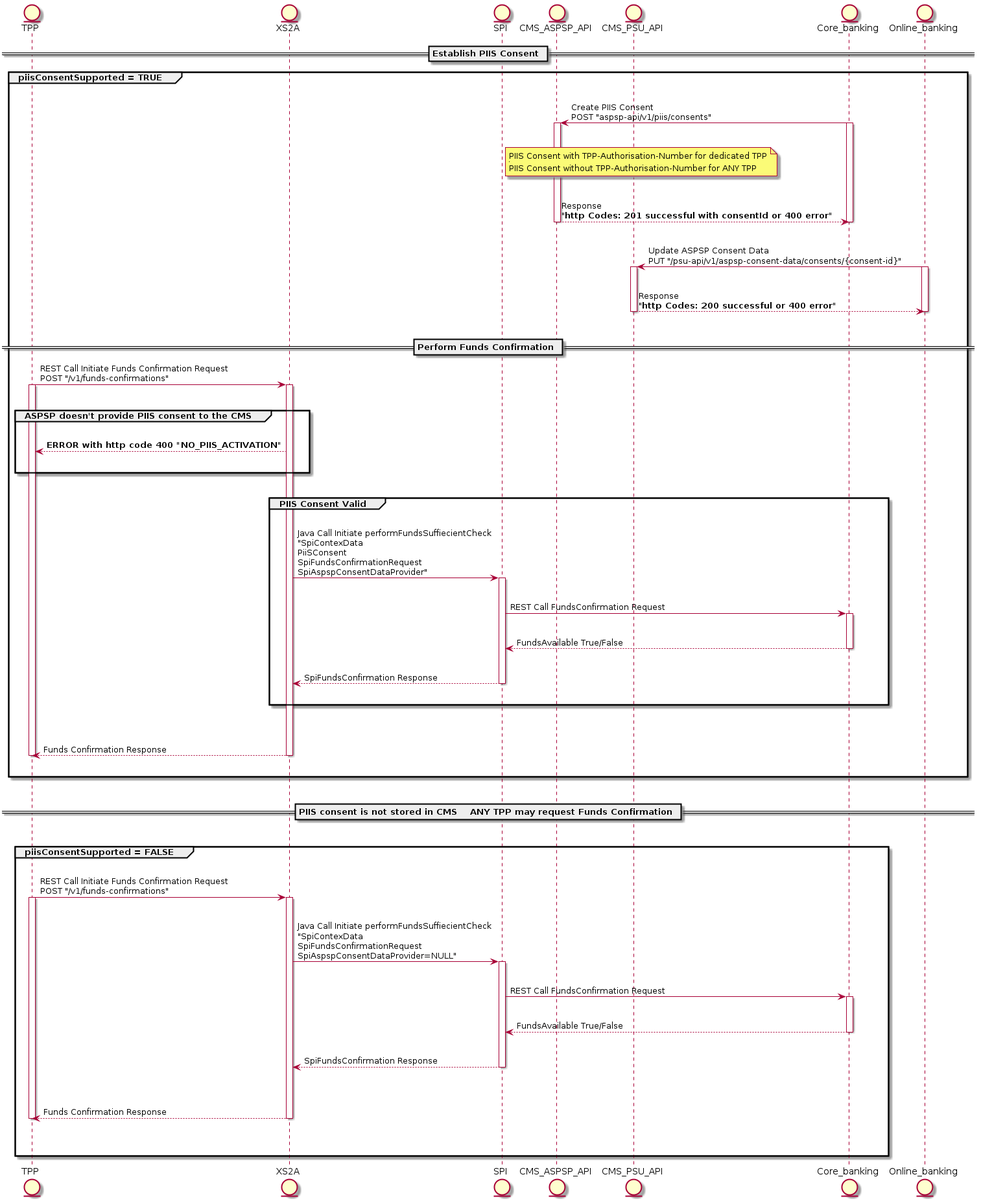
Earlier version of the PlantUML export usecases/diagrams/PIIS.png (golden-dimension/xs2a).
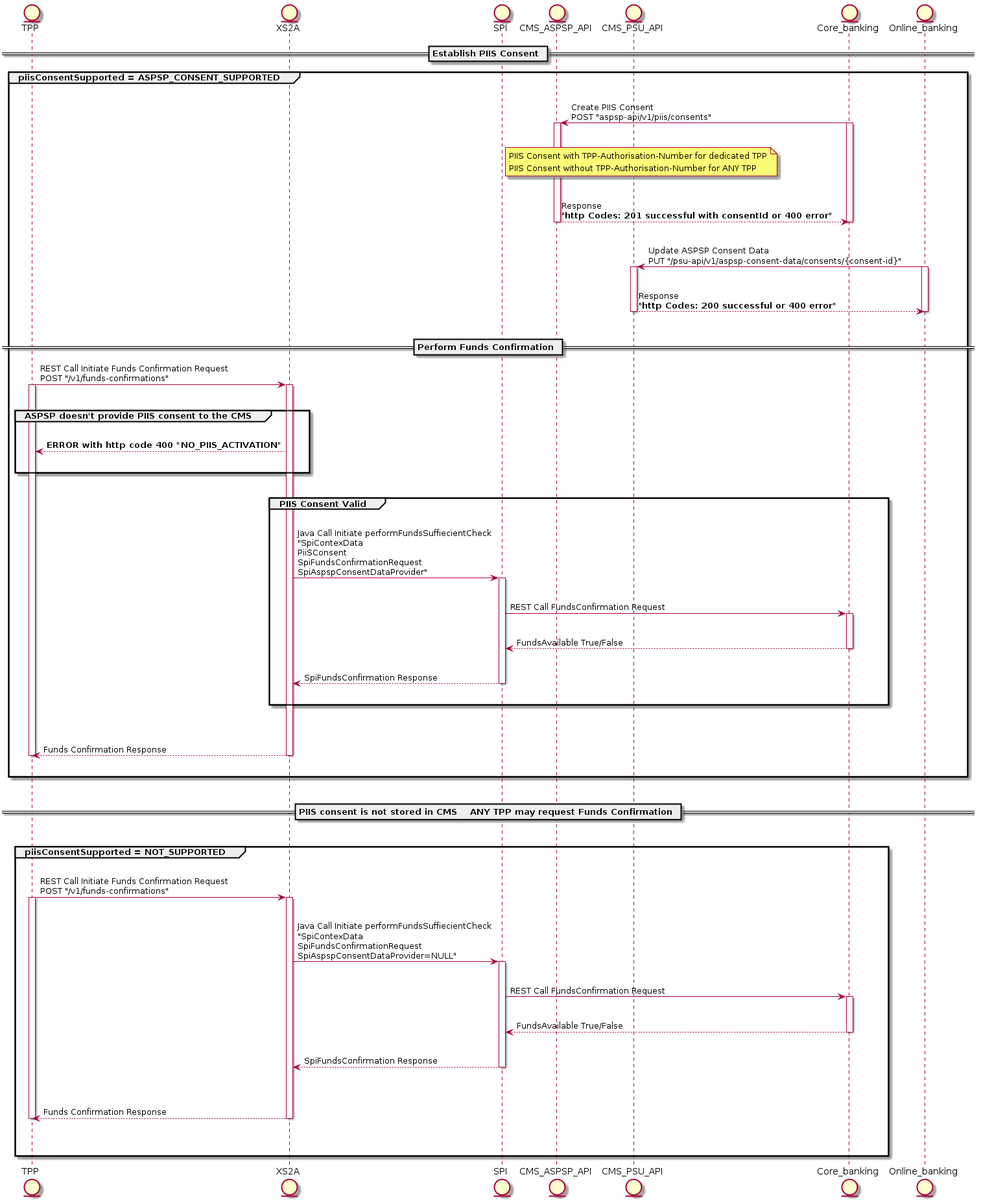
The same diagram one commit later.

The edit, as a diff of the source:
```diff
@@ -7,7 +7,7 @@
 entity Core_banking as cb
 entity Online_banking as ob
 == Establish PIIS Consent ==
-group piisConsentSupported = TRUE
+group piisConsentSupported = ASPSP_CONSENT_SUPPORTED
 |||
 cb->cms: Create PIIS Consent\nPOST "aspsp-api/v1/piis/consents"
 |||
@@ -68,7 +68,7 @@
 |||
 == PIIS consent is not stored in CMS    ANY TPP may request Funds Confirmation ==
 |||
-group piisConsentSupported = FALSE
+group piisConsentSupported = NOT_SUPPORTED
 |||
 tpp -> xs2a: REST Call Initiate Funds Confirmation Request\nPOST "/v1/funds-confirmations"
 activate xs2a
```
